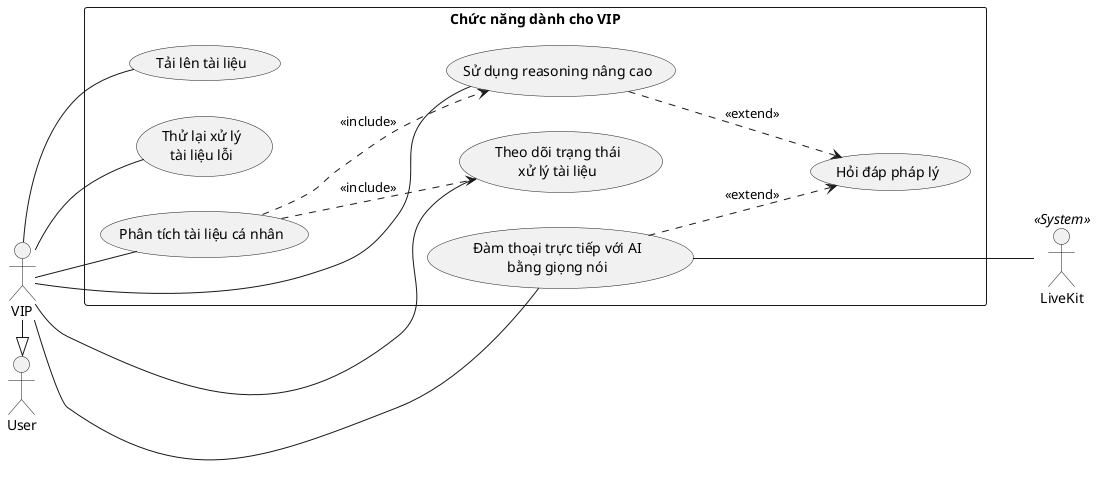
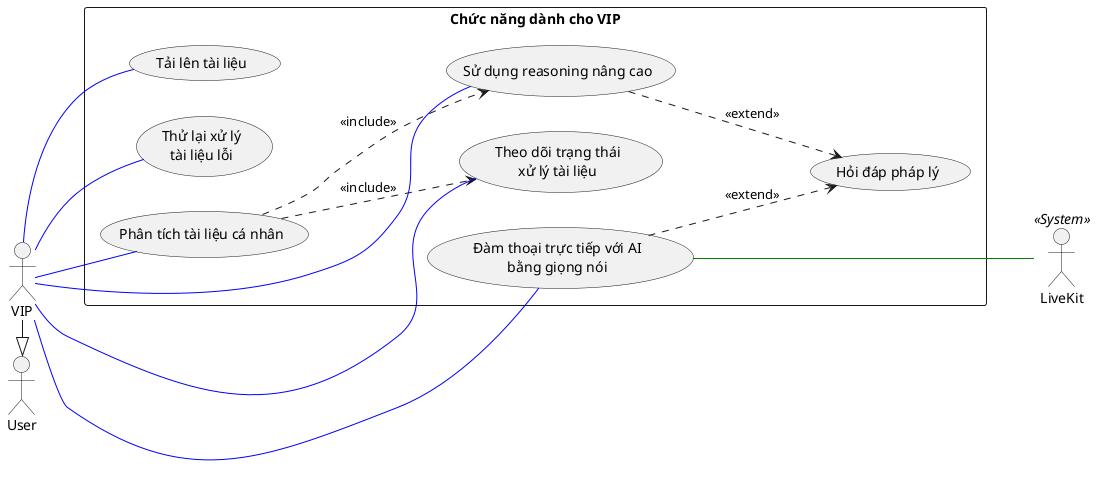
@startuml
left to right direction
skinparam packageStyle rectangle
skinparam shadowing false

actor "User" as User
actor "VIP" as VIP
actor "LiveKit" as LiveKit << System >>

VIP -|> User

rectangle "Chức năng dành cho VIP" {
  usecase "Hỏi đáp pháp lý" as UC_Chat
  usecase "Sử dụng reasoning nâng cao" as UC_AdvancedReasoning
  usecase "Đàm thoại trực tiếp với AI\nbằng giọng nói" as UC_VoiceChat
  usecase "Tải lên tài liệu" as UC_UploadDocument
  usecase "Theo dõi trạng thái\nxử lý tài liệu" as UC_DocumentStatus
  usecase "Thử lại xử lý\ntài liệu lỗi" as UC_RetryDocument
  usecase "Phân tích tài liệu cá nhân" as UC_AnalyzeDocument

  UC_VoiceChat ..> UC_Chat : <<extend>>
  UC_AdvancedReasoning ..> UC_Chat : <<extend>>
  UC_AnalyzeDocument ..> UC_AdvancedReasoning : <<include>>
  UC_AnalyzeDocument ..> UC_DocumentStatus : <<include>>
}

- VIP -- UC_AdvancedReasoning
- VIP -- UC_VoiceChat
- VIP -- UC_UploadDocument
- VIP -- UC_DocumentStatus
- VIP -- UC_RetryDocument
- VIP -- UC_AnalyzeDocument
+ VIP -- UC_AdvancedReasoning #blue
+ VIP -- UC_VoiceChat #blue
+ VIP -- UC_UploadDocument #blue
+ VIP -- UC_DocumentStatus #blue
+ VIP -- UC_RetryDocument #blue
+ VIP -- UC_AnalyzeDocument #blue

- UC_VoiceChat --- LiveKit
+ UC_VoiceChat --- LiveKit #green
@enduml
